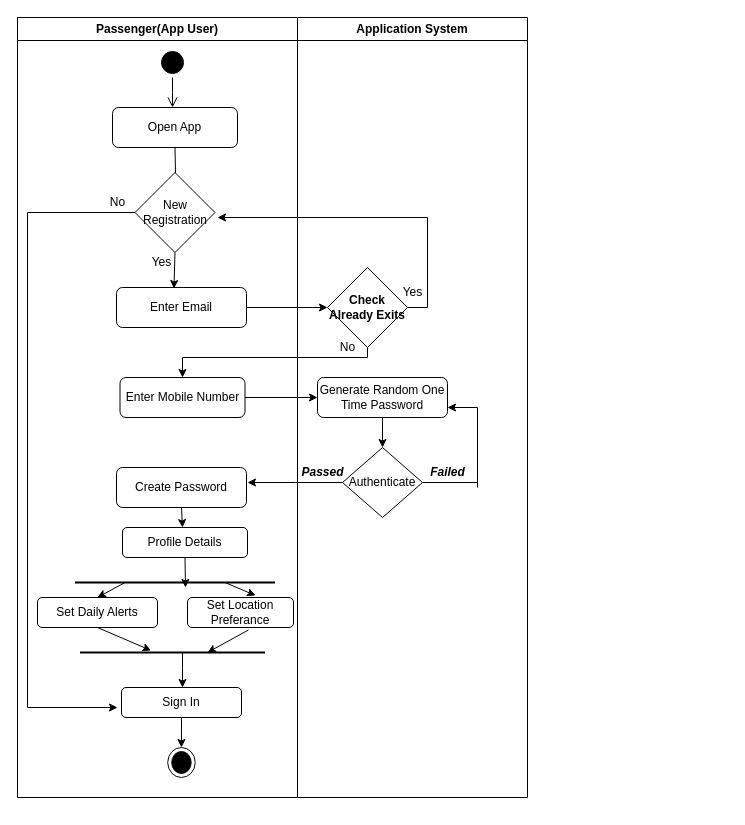
Earlier version of the draw.io diagram Untitled Diagram.drawio (HariniRavi490/Demo-Repo). Source tidied: cells renumbered, new cells numbered last; positions are measured from the earlier drawing's top-left corner, leaving out a move shared by most shapes. Both pictures are drawn from the tidied source at 100%, with x=0, y=0 at pixel (17, 17).
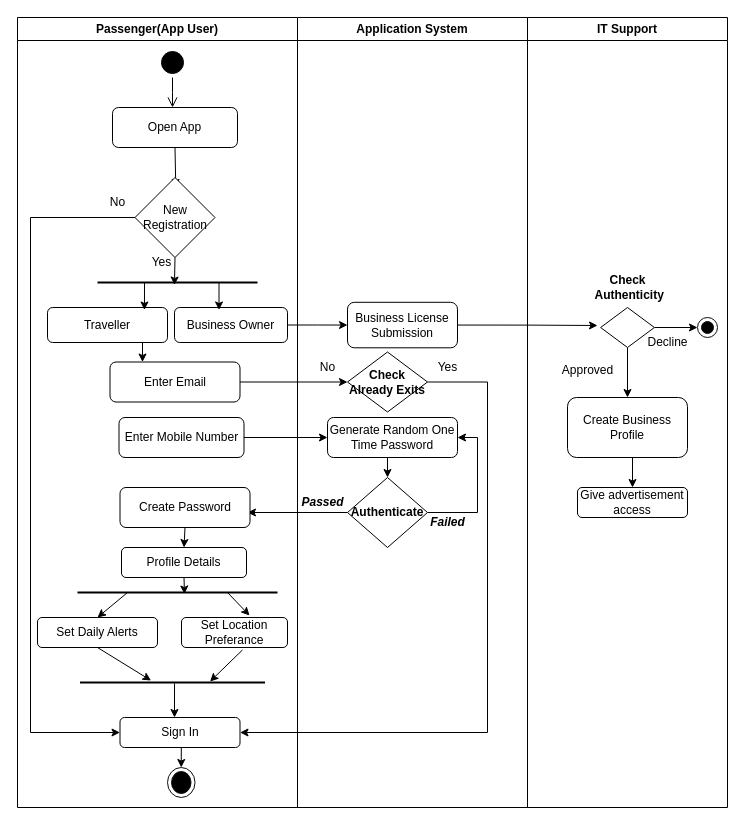
The same page after the edit.

What changed in the source:
```diff
@@
-    <mxCell id="6" style="edgeStyle=orthogonalEdgeStyle;rounded=0;jettySize=auto;html=1;exitX=0;exitY=0.5;exitDx=0;exitDy=0;" parent="1" edge="1" source="7">
-      <mxGeometry relative="1" as="geometry">
-        <mxPoint x="100" y="690" as="targetPoint" />
-        <Array as="points">
-          <mxPoint x="10" y="195" />
-          <mxPoint x="10" y="690" />
-        </Array>
-      </mxGeometry>
-    </mxCell>
-    <mxCell id="7" value="New Registration" style="rhombus;whiteSpace=wrap;html=1;" parent="1" vertex="1">
-      <mxGeometry x="117.5" y="155" width="80" height="80" as="geometry" />
-    </mxCell>
-    <mxCell id="8" value="Enter Email" style="rounded=1;whiteSpace=wrap;html=1;" parent="1" vertex="1">
-      <mxGeometry x="99" y="270" width="130" height="40" as="geometry" />
-    </mxCell>
@@
-    <mxCell id="10" value="Enter Mobile Number" style="rounded=1;whiteSpace=wrap;html=1;" parent="1" vertex="1">
-      <mxGeometry x="102.5" y="360" width="125" height="40" as="geometry" />
-    </mxCell>
-    <mxCell id="11" style="endArrow=classic;html=1;rounded=0;exitX=0.5;exitY=1;exitDx=0;exitDy=0;entryX=0.442;entryY=0.025;entryDx=0;entryDy=0;entryPerimeter=0;" parent="1" edge="1" source="7" target="8">
-      <mxGeometry relative="1" as="geometry" />
-    </mxCell>
-    <mxCell id="12" style="edgeStyle=orthogonalEdgeStyle;rounded=0;jettySize=auto;html=1;exitX=0.5;exitY=1;exitDx=0;exitDy=0;entryX=0.5;entryY=0;entryDx=0;entryDy=0;" parent="1" edge="1" source="14" target="10">
-      <mxGeometry relative="1" as="geometry">
-        <Array as="points">
-          <mxPoint x="165" y="340" />
-        </Array>
-      </mxGeometry>
-    </mxCell>
-    <mxCell id="13" style="edgeStyle=orthogonalEdgeStyle;rounded=0;jettySize=auto;html=1;exitX=1;exitY=0.5;exitDx=0;exitDy=0;" parent="1" edge="1" source="14">
-      <mxGeometry relative="1" as="geometry">
-        <mxPoint x="200" y="200" as="targetPoint" />
-        <Array as="points">
-          <mxPoint x="410" y="290" />
-          <mxPoint x="410" y="200" />
-        </Array>
-      </mxGeometry>
-    </mxCell>
-    <mxCell id="14" value="&lt;b&gt;Check Already Exits&lt;/b&gt;" style="rhombus;whiteSpace=wrap;html=1;" parent="1" vertex="1">
-      <mxGeometry x="310" y="250" width="80" height="80" as="geometry" />
-    </mxCell>
@@
-    <mxCell id="16" style="edgeStyle=orthogonalEdgeStyle;rounded=0;jettySize=auto;html=1;exitX=0.5;exitY=1;exitDx=0;exitDy=0;entryX=0.5;entryY=0;entryDx=0;entryDy=0;" parent="1" edge="1" source="17" target="19">
-      <mxGeometry relative="1" as="geometry" />
-    </mxCell>
-    <mxCell id="17" value="Generate Random One Time Password" style="rounded=1;whiteSpace=wrap;html=1;" parent="1" vertex="1">
-      <mxGeometry x="300" y="360" width="130" height="40" as="geometry" />
-    </mxCell>
     <mxCell id="18" style="edgeStyle=orthogonalEdgeStyle;rounded=0;jettySize=auto;html=1;exitX=0;exitY=0.5;exitDx=0;exitDy=0;" parent="1" edge="1" source="19">
       <mxGeometry relative="1" as="geometry">
-        <mxPoint x="230" y="465" as="targetPoint" />
+        <mxPoint x="230" y="495" as="targetPoint" />
+        <Array as="points">
+          <mxPoint x="230" y="495" />
+        </Array>
       </mxGeometry>
     </mxCell>
-    <mxCell id="19" value="Authenticate" style="rhombus;whiteSpace=wrap;html=1;" parent="1" vertex="1">
-      <mxGeometry x="325" y="430" width="80" height="70" as="geometry" />
-    </mxCell>
-    <mxCell id="20" style="endArrow=none;html=1;rounded=0;exitX=1;exitY=0.5;exitDx=0;exitDy=0;" parent="1" edge="1" source="19">
-      <mxGeometry relative="1" as="geometry">
-        <mxPoint x="460" y="465" as="targetPoint" />
-      </mxGeometry>
-    </mxCell>
-    <mxCell id="21" style="endArrow=none;html=1;rounded=0;" parent="1" edge="1">
-      <mxGeometry relative="1" as="geometry">
-        <mxPoint x="460" y="390" as="sourcePoint" />
-        <mxPoint x="460" y="470" as="targetPoint" />
-      </mxGeometry>
-    </mxCell>
-    <mxCell id="22" style="endArrow=classic;html=1;rounded=0;entryX=1;entryY=0.75;entryDx=0;entryDy=0;" parent="1" edge="1" target="17">
-      <mxGeometry relative="1" as="geometry">
-        <mxPoint x="460" y="390" as="sourcePoint" />
-      </mxGeometry>
-    </mxCell>
-    <mxCell id="23" style="endArrow=classic;html=1;rounded=0;exitX=0.5;exitY=1;exitDx=0;exitDy=0;" parent="1" edge="1" source="41">
-      <mxGeometry relative="1" as="geometry">
-        <mxPoint x="165" y="510" as="targetPoint" />
-      </mxGeometry>
-    </mxCell>
-    <mxCell id="24" style="line;strokeWidth=2;html=1;" parent="1" vertex="1">
-      <mxGeometry x="57.5" y="560" width="200" height="10" as="geometry" />
-    </mxCell>
-    <mxCell id="25" value="Set Daily Alerts" style="rounded=1;whiteSpace=wrap;html=1;" parent="1" vertex="1">
-      <mxGeometry x="20" y="580" width="120" height="30" as="geometry" />
-    </mxCell>
-    <mxCell id="26" style="edgeStyle=orthogonalEdgeStyle;rounded=0;jettySize=auto;html=1;exitX=0.5;exitY=1;exitDx=0;exitDy=0;entryX=0.5;entryY=0;entryDx=0;entryDy=0;" parent="1" edge="1" source="27" target="38">
-      <mxGeometry relative="1" as="geometry" />
-    </mxCell>
-    <mxCell id="27" value="Sign In" style="rounded=1;whiteSpace=wrap;html=1;" parent="1" vertex="1">
-      <mxGeometry x="104" y="670" width="120" height="30" as="geometry" />
-    </mxCell>
-    <mxCell id="28" value="Set Location Preferance" style="rounded=1;whiteSpace=wrap;html=1;" parent="1" vertex="1">
-      <mxGeometry x="170" y="580" width="106" height="30" as="geometry" />
-    </mxCell>
-    <mxCell id="29" style="line;strokeWidth=2;html=1;" parent="1" vertex="1">
-      <mxGeometry x="62.5" y="630" width="185" height="10" as="geometry" />
-    </mxCell>
-    <mxCell id="30" style="endArrow=classic;html=1;rounded=0;exitX=0.25;exitY=0.5;exitDx=0;exitDy=0;exitPerimeter=0;entryX=0.5;entryY=0;entryDx=0;entryDy=0;" parent="1" edge="1" source="24" target="25">
-      <mxGeometry relative="1" as="geometry" />
-    </mxCell>
-    <mxCell id="31" style="endArrow=classic;html=1;rounded=0;exitX=0.554;exitY=0.55;exitDx=0;exitDy=0;exitPerimeter=0;" parent="1" edge="1" source="29">
-      <mxGeometry relative="1" as="geometry">
-        <mxPoint x="165" y="670" as="targetPoint" />
-        <Array as="points">
-          <mxPoint x="165" y="650" />
-        </Array>
-      </mxGeometry>
-    </mxCell>
-    <mxCell id="32" style="endArrow=classic;html=1;rounded=0;exitX=0.5;exitY=1;exitDx=0;exitDy=0;entryX=0.384;entryY=0.3;entryDx=0;entryDy=0;entryPerimeter=0;" parent="1" edge="1" source="25" target="29">
-      <mxGeometry relative="1" as="geometry" />
-    </mxCell>
-    <mxCell id="33" style="endArrow=classic;html=1;rounded=0;exitX=0.575;exitY=1.083;exitDx=0;exitDy=0;exitPerimeter=0;" parent="1" edge="1" source="28">
-      <mxGeometry relative="1" as="geometry">
-        <mxPoint x="190" y="635" as="targetPoint" />
-      </mxGeometry>
-    </mxCell>
-    <mxCell id="34" style="endArrow=classic;html=1;rounded=0;exitX=0.75;exitY=0.5;exitDx=0;exitDy=0;exitPerimeter=0;entryX=0.642;entryY=-0.067;entryDx=0;entryDy=0;entryPerimeter=0;" parent="1" edge="1" source="24" target="28">
-      <mxGeometry relative="1" as="geometry" />
-    </mxCell>
-    <mxCell id="35" value="Profile Details" style="rounded=1;whiteSpace=wrap;html=1;" parent="1" vertex="1">
-      <mxGeometry x="105" y="510" width="125" height="30" as="geometry" />
-    </mxCell>
-    <mxCell id="36" style="endArrow=classic;html=1;rounded=0;exitX=0.5;exitY=1;exitDx=0;exitDy=0;" parent="1" edge="1" source="35">
-      <mxGeometry relative="1" as="geometry">
-        <mxPoint x="168" y="570" as="targetPoint" />
-      </mxGeometry>
-    </mxCell>
     <mxCell id="37" value="Passenger(App User)" style="swimlane;whiteSpace=wrap;html=1;" parent="1" vertex="1">
-      <mxGeometry width="280" height="780" as="geometry" />
+      <mxGeometry width="280" height="790" as="geometry" />
     </mxCell>
     <mxCell id="38" style="ellipse;html=1;shape=endState;fillColor=#000000;strokeColor=#0d0d0d;fillStyle=solid;" parent="37" vertex="1">
-      <mxGeometry x="150.2" y="730" width="27.5" height="30" as="geometry" />
+      <mxGeometry x="150" y="750" width="27.5" height="30" as="geometry" />
     </mxCell>
@@
     <mxCell id="41" value="Create Password" style="rounded=1;whiteSpace=wrap;html=1;" parent="37" vertex="1">
-      <mxGeometry x="99" y="450" width="130" height="40" as="geometry" />
+      <mxGeometry x="102.5" y="470" width="130" height="40" as="geometry" />
     </mxCell>
+    <mxCell id="8" value="Enter Email" style="rounded=1;whiteSpace=wrap;html=1;" parent="37" vertex="1">
+      <mxGeometry x="92.5" y="344.5" width="130" height="40" as="geometry" />
+    </mxCell>
+    <mxCell id="47" style="line;strokeWidth=2;html=1;" parent="37" vertex="1">
+      <mxGeometry x="80" y="260" width="160" height="10" as="geometry" />
+    </mxCell>
+    <mxCell id="10" value="Enter Mobile Number" style="rounded=1;whiteSpace=wrap;html=1;" parent="37" vertex="1">
+      <mxGeometry x="101.5" y="400" width="125" height="40" as="geometry" />
+    </mxCell>
+    <mxCell id="35" value="Profile Details" style="rounded=1;whiteSpace=wrap;html=1;" parent="37" vertex="1">
+      <mxGeometry x="104" y="530" width="125" height="30" as="geometry" />
+    </mxCell>
+    <mxCell id="25" value="Set Daily Alerts" style="rounded=1;whiteSpace=wrap;html=1;" parent="37" vertex="1">
+      <mxGeometry x="20" y="600" width="120" height="30" as="geometry" />
+    </mxCell>
+    <mxCell id="27" value="Sign In" style="rounded=1;whiteSpace=wrap;html=1;" parent="37" vertex="1">
+      <mxGeometry x="102.5" y="700" width="120" height="30" as="geometry" />
+    </mxCell>
+    <mxCell id="26" style="edgeStyle=orthogonalEdgeStyle;rounded=0;jettySize=auto;html=1;exitX=0.5;exitY=1;exitDx=0;exitDy=0;entryX=0.5;entryY=0;entryDx=0;entryDy=0;" parent="37" edge="1" source="27" target="38">
+      <mxGeometry relative="1" as="geometry" />
+    </mxCell>
+    <mxCell id="29" style="line;strokeWidth=2;html=1;" parent="37" vertex="1">
+      <mxGeometry x="62.5" y="660" width="185" height="10" as="geometry" />
+    </mxCell>
+    <mxCell id="32" style="endArrow=classic;html=1;rounded=0;exitX=0.5;exitY=1;exitDx=0;exitDy=0;entryX=0.384;entryY=0.3;entryDx=0;entryDy=0;entryPerimeter=0;" parent="37" edge="1" source="25" target="29">
+      <mxGeometry relative="1" as="geometry" />
+    </mxCell>
+    <mxCell id="28" value="Set Location Preferance" style="rounded=1;whiteSpace=wrap;html=1;" parent="37" vertex="1">
+      <mxGeometry x="164" y="600" width="106" height="30" as="geometry" />
+    </mxCell>
+    <mxCell id="33" style="endArrow=classic;html=1;rounded=0;exitX=0.575;exitY=1.083;exitDx=0;exitDy=0;exitPerimeter=0;entryX=0.703;entryY=0.4;entryDx=0;entryDy=0;entryPerimeter=0;" parent="37" edge="1" source="28" target="29">
+      <mxGeometry relative="1" as="geometry" />
+    </mxCell>
+    <mxCell id="6" style="edgeStyle=orthogonalEdgeStyle;rounded=0;orthogonalLoop=1;jettySize=auto;html=1;" parent="37" edge="1">
+      <mxGeometry relative="1" as="geometry">
+        <mxPoint x="120" y="200" as="sourcePoint" />
+        <mxPoint x="102.5" y="715" as="targetPoint" />
+        <Array as="points">
+          <mxPoint x="13" y="200" />
+          <mxPoint x="13" y="715" />
+        </Array>
+      </mxGeometry>
+    </mxCell>
+    <mxCell id="24" style="line;strokeWidth=2;html=1;" parent="37" vertex="1">
+      <mxGeometry x="60" y="570" width="200" height="10" as="geometry" />
+    </mxCell>
+    <mxCell id="30" style="endArrow=classic;html=1;rounded=0;exitX=0.25;exitY=0.5;exitDx=0;exitDy=0;exitPerimeter=0;entryX=0.5;entryY=0;entryDx=0;entryDy=0;" parent="37" edge="1" source="24" target="25">
+      <mxGeometry relative="1" as="geometry" />
+    </mxCell>
+    <mxCell id="34" style="endArrow=classic;html=1;rounded=0;exitX=0.75;exitY=0.5;exitDx=0;exitDy=0;exitPerimeter=0;entryX=0.642;entryY=-0.067;entryDx=0;entryDy=0;entryPerimeter=0;" parent="37" edge="1" source="24" target="28">
+      <mxGeometry relative="1" as="geometry" />
+    </mxCell>
+    <mxCell id="36" style="endArrow=classic;html=1;rounded=0;exitX=0.5;exitY=1;exitDx=0;exitDy=0;entryX=0.535;entryY=0.65;entryDx=0;entryDy=0;entryPerimeter=0;" parent="37" edge="1" source="35" target="24">
+      <mxGeometry relative="1" as="geometry" />
+    </mxCell>
+    <mxCell id="23" style="endArrow=classic;html=1;rounded=0;exitX=0.5;exitY=1;exitDx=0;exitDy=0;entryX=0.5;entryY=0;entryDx=0;entryDy=0;" parent="37" edge="1" source="41" target="35">
+      <mxGeometry relative="1" as="geometry" />
+    </mxCell>
+    <mxCell id="7" value="New Registration" style="rhombus;whiteSpace=wrap;html=1;" parent="37" vertex="1">
+      <mxGeometry x="117.5" y="160" width="80" height="80" as="geometry" />
+    </mxCell>
+    <mxCell id="11" style="endArrow=classic;html=1;rounded=0;exitX=0.5;exitY=1;exitDx=0;exitDy=0;entryX=0.481;entryY=0.75;entryDx=0;entryDy=0;entryPerimeter=0;" parent="37" edge="1" source="7" target="47">
+      <mxGeometry relative="1" as="geometry" />
+    </mxCell>
+    <mxCell id="48" style="edgeStyle=orthogonalEdgeStyle;rounded=0;jettySize=auto;html=1;exitX=0.75;exitY=1;exitDx=0;exitDy=0;entryX=0.25;entryY=0;entryDx=0;entryDy=0;" parent="37" edge="1" source="49" target="8">
+      <mxGeometry relative="1" as="geometry" />
+    </mxCell>
+    <mxCell id="49" value="Traveller" style="rounded=1;whiteSpace=wrap;html=1;" parent="37" vertex="1">
+      <mxGeometry x="30" y="290" width="120" height="35" as="geometry" />
+    </mxCell>
+    <mxCell id="50" value="Business Owner" style="rounded=1;whiteSpace=wrap;html=1;" parent="37" vertex="1">
+      <mxGeometry x="157" y="290" width="113" height="35" as="geometry" />
+    </mxCell>
+    <mxCell id="51" style="edgeStyle=orthogonalEdgeStyle;rounded=0;jettySize=auto;html=1;exitX=0.25;exitY=0.5;exitDx=0;exitDy=0;exitPerimeter=0;entryX=0.808;entryY=0.071;entryDx=0;entryDy=0;entryPerimeter=0;" parent="37" edge="1" source="47" target="49">
+      <mxGeometry relative="1" as="geometry" />
+    </mxCell>
+    <mxCell id="52" style="edgeStyle=orthogonalEdgeStyle;rounded=0;jettySize=auto;html=1;exitX=0.75;exitY=0.5;exitDx=0;exitDy=0;exitPerimeter=0;entryX=0.394;entryY=0.071;entryDx=0;entryDy=0;entryPerimeter=0;" parent="37" edge="1" source="47" target="50">
+      <mxGeometry relative="1" as="geometry" />
+    </mxCell>
+    <mxCell id="53" style="endArrow=classic;html=1;rounded=0;exitX=0.511;exitY=0.6;exitDx=0;exitDy=0;exitPerimeter=0;" parent="37" edge="1" source="29">
+      <mxGeometry relative="1" as="geometry">
+        <mxPoint x="157" y="700" as="targetPoint" />
+      </mxGeometry>
+    </mxCell>
     <mxCell id="42" value="Application System" style="swimlane;whiteSpace=wrap;html=1;" parent="1" vertex="1">
-      <mxGeometry x="280" width="230" height="780" as="geometry" />
+      <mxGeometry x="280" width="230" height="790" as="geometry" />
     </mxCell>
     <mxCell id="43" value="&lt;b&gt;&lt;i&gt;Failed&lt;/i&gt;&lt;/b&gt;" style="text;html=1;align=center;verticalAlign=middle;strokeColor=none;fillColor=none;" parent="42" vertex="1">
-      <mxGeometry x="120" y="440" width="60" height="30" as="geometry" />
+      <mxGeometry x="120" y="490" width="60" height="30" as="geometry" />
     </mxCell>
     <mxCell id="44" value="&lt;b&gt;&lt;i&gt;Passed&lt;/i&gt;&lt;/b&gt;" style="text;html=1;align=center;verticalAlign=middle;strokeColor=none;fillColor=none;" parent="42" vertex="1">
-      <mxGeometry x="-10" y="440" width="70" height="30" as="geometry" />
+      <mxGeometry x="-10" y="470" width="70" height="30" as="geometry" />
     </mxCell>
     <mxCell id="45" value="Yes" style="text;html=1;align=center;verticalAlign=middle;strokeColor=none;fillColor=none;" parent="42" vertex="1">
-      <mxGeometry x="95" y="260" width="40" height="30" as="geometry" />
+      <mxGeometry x="130" y="334.5" width="40" height="30" as="geometry" />
     </mxCell>
     <mxCell id="46" value="No" style="text;html=1;align=center;verticalAlign=middle;strokeColor=none;fillColor=none;" parent="42" vertex="1">
-      <mxGeometry x="30" y="315" width="40" height="30" as="geometry" />
+      <mxGeometry x="10" y="334.5" width="40" height="30" as="geometry" />
     </mxCell>
+    <mxCell id="14" value="&lt;b&gt;Check Already Exits&lt;/b&gt;" style="rhombus;whiteSpace=wrap;html=1;" parent="42" vertex="1">
+      <mxGeometry x="50" y="334.5" width="80" height="60" as="geometry" />
+    </mxCell>
+    <mxCell id="17" value="Generate Random One Time Password" style="rounded=1;whiteSpace=wrap;html=1;" parent="42" vertex="1">
+      <mxGeometry x="30" y="400" width="130" height="40" as="geometry" />
+    </mxCell>
+    <mxCell id="54" style="edgeStyle=orthogonalEdgeStyle;rounded=0;jettySize=auto;html=1;exitX=1;exitY=0.5;exitDx=0;exitDy=0;entryX=1;entryY=0.5;entryDx=0;entryDy=0;" parent="42" edge="1" source="19" target="17">
+      <mxGeometry relative="1" as="geometry" />
+    </mxCell>
+    <mxCell id="19" value="&lt;b&gt;Authenticate&lt;/b&gt;" style="rhombus;whiteSpace=wrap;html=1;" parent="42" vertex="1">
+      <mxGeometry x="50" y="460" width="80" height="70" as="geometry" />
+    </mxCell>
+    <mxCell id="16" style="edgeStyle=orthogonalEdgeStyle;rounded=0;jettySize=auto;html=1;exitX=0.5;exitY=1;exitDx=0;exitDy=0;entryX=0.5;entryY=0;entryDx=0;entryDy=0;" parent="42" edge="1" source="17" target="19">
+      <mxGeometry relative="1" as="geometry" />
+    </mxCell>
+    <mxCell id="55" style="edgeStyle=orthogonalEdgeStyle;rounded=0;jettySize=auto;html=1;exitX=1;exitY=0.5;exitDx=0;exitDy=0;" parent="42" edge="1" source="56">
+      <mxGeometry relative="1" as="geometry">
+        <mxPoint x="300" y="308" as="targetPoint" />
+      </mxGeometry>
+    </mxCell>
+    <mxCell id="56" value="Business License Submission" style="rounded=1;whiteSpace=wrap;html=1;" parent="42" vertex="1">
+      <mxGeometry x="50" y="284.8" width="110" height="45.5" as="geometry" />
+    </mxCell>
+    <mxCell id="57" value="IT Support" style="swimlane;whiteSpace=wrap;html=1;" parent="1" vertex="1">
+      <mxGeometry x="510" width="200" height="790" as="geometry" />
+    </mxCell>
+    <mxCell id="58" value="Give advertisement access" style="rounded=1;whiteSpace=wrap;html=1;" parent="57" vertex="1">
+      <mxGeometry x="50" y="470" width="110" height="30" as="geometry" />
+    </mxCell>
+    <mxCell id="59" style="edgeStyle=orthogonalEdgeStyle;rounded=0;jettySize=auto;html=1;exitX=0.5;exitY=1;exitDx=0;exitDy=0;entryX=0.5;entryY=0;entryDx=0;entryDy=0;" parent="57" edge="1" source="60" target="58">
+      <mxGeometry relative="1" as="geometry" />
+    </mxCell>
+    <mxCell id="60" value="Create Business Profile" style="rounded=1;whiteSpace=wrap;html=1;" parent="57" vertex="1">
+      <mxGeometry x="40" y="380" width="120" height="60" as="geometry" />
+    </mxCell>
+    <mxCell id="61" style="edgeStyle=orthogonalEdgeStyle;rounded=0;jettySize=auto;html=1;exitX=0.5;exitY=1;exitDx=0;exitDy=0;" parent="57" edge="1" source="63" target="60">
+      <mxGeometry relative="1" as="geometry" />
+    </mxCell>
+    <mxCell id="62" style="edgeStyle=orthogonalEdgeStyle;rounded=0;jettySize=auto;html=1;exitX=1;exitY=0.5;exitDx=0;exitDy=0;entryX=0;entryY=0.5;entryDx=0;entryDy=0;" parent="57" edge="1" source="63" target="65">
+      <mxGeometry relative="1" as="geometry" />
+    </mxCell>
+    <mxCell id="63" style="shape=rhombus;html=1;dashed=0;whiteSpace=wrap;perimeter=rhombusPerimeter;" parent="57" vertex="1">
+      <mxGeometry x="73.1" y="290" width="53.8" height="40" as="geometry" />
+    </mxCell>
+    <mxCell id="64" value="&lt;b style=&quot;border-color: var(--border-color);&quot;&gt;Check&lt;br&gt;&amp;nbsp;Authenticity&lt;/b&gt;" style="text;html=1;align=center;verticalAlign=middle;strokeColor=none;fillColor=none;" parent="57" vertex="1">
+      <mxGeometry x="50" y="250" width="100" height="40" as="geometry" />
+    </mxCell>
+    <mxCell id="65" style="ellipse;html=1;shape=endState;fillColor=#000000;strokeColor=#0d0d0d;fillStyle=solid;" parent="57" vertex="1">
+      <mxGeometry x="170" y="300" width="20" height="20" as="geometry" />
+    </mxCell>
+    <mxCell id="66" value="Decline" style="text;html=1;align=center;verticalAlign=middle;strokeColor=none;fillColor=none;" parent="57" vertex="1">
+      <mxGeometry x="110" y="310" width="60" height="30" as="geometry" />
+    </mxCell>
+    <mxCell id="67" style="edgeStyle=orthogonalEdgeStyle;rounded=0;jettySize=auto;html=1;exitX=1;exitY=0.5;exitDx=0;exitDy=0;entryX=1;entryY=0.5;entryDx=0;entryDy=0;" parent="1" edge="1" source="14" target="27">
+      <mxGeometry relative="1" as="geometry">
+        <Array as="points">
+          <mxPoint x="470" y="365" />
+          <mxPoint x="470" y="715" />
+        </Array>
+      </mxGeometry>
+    </mxCell>
+    <mxCell id="68" style="edgeStyle=orthogonalEdgeStyle;rounded=0;jettySize=auto;html=1;exitX=1;exitY=0.5;exitDx=0;exitDy=0;entryX=0;entryY=0.5;entryDx=0;entryDy=0;" parent="1" edge="1" source="50" target="56">
+      <mxGeometry relative="1" as="geometry" />
+    </mxCell>
+    <mxCell id="69" value="Approved" style="text;html=1;align=center;verticalAlign=middle;strokeColor=none;fillColor=none;" parent="1" vertex="1">
+      <mxGeometry x="535" y="338" width="70" height="30" as="geometry" />
+    </mxCell>
```
